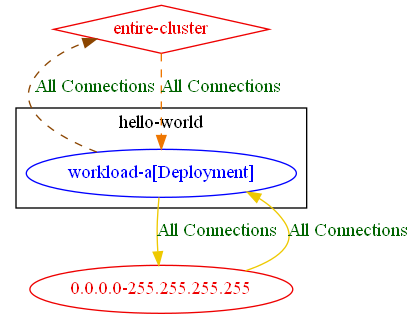
Before: test_outputs/connlist/exposure_allow_all_test_exposure_output.dot.png, a diagram exported from Graphviz (np-guard/netpol-analyzer). Its source is kept beside it as test_outputs/connlist/exposure_allow_all_test_exposure_output.dot.
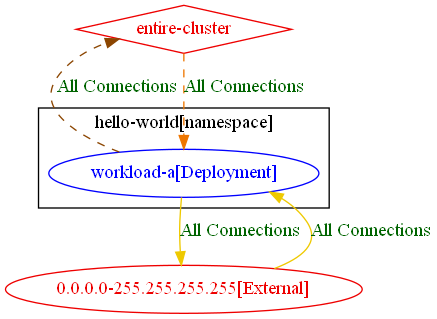
Above is the later version.

Change to the diagram source:
```diff
@@ -1,14 +1,14 @@
 digraph {
-	subgraph "cluster_hello_world" {
+	subgraph "cluster_hello_world[namespace]" {
 		color="black"
 		fontcolor="black"
 		"hello-world/workload-a[Deployment]" [label="workload-a[Deployment]" color="blue" fontcolor="blue"]
-		label="hello-world"
+		label="hello-world[namespace]"
 	}
-	"0.0.0.0-255.255.255.255" [label="0.0.0.0-255.255.255.255" color="red2" fontcolor="red2"]
+	"0.0.0.0-255.255.255.255[External]" [label="0.0.0.0-255.255.255.255[External]" color="red2" fontcolor="red2"]
 	"entire-cluster" [label="entire-cluster" color="red2" fontcolor="red2" shape=diamond]
-	"0.0.0.0-255.255.255.255" -> "hello-world/workload-a[Deployment]" [label="All Connections" color="gold2" fontcolor="darkgreen" weight=0.5]
+	"0.0.0.0-255.255.255.255[External]" -> "hello-world/workload-a[Deployment]" [label="All Connections" color="gold2" fontcolor="darkgreen" weight=0.5]
 	"entire-cluster" -> "hello-world/workload-a[Deployment]" [label="All Connections" color="darkorange2" fontcolor="darkgreen" weight=1 style=dashed]
-	"hello-world/workload-a[Deployment]" -> "0.0.0.0-255.255.255.255" [label="All Connections" color="gold2" fontcolor="darkgreen" weight=1]
+	"hello-world/workload-a[Deployment]" -> "0.0.0.0-255.255.255.255[External]" [label="All Connections" color="gold2" fontcolor="darkgreen" weight=1]
 	"hello-world/workload-a[Deployment]" -> "entire-cluster" [label="All Connections" color="darkorange4" fontcolor="darkgreen" weight=0.5 style=dashed]
 }
```
